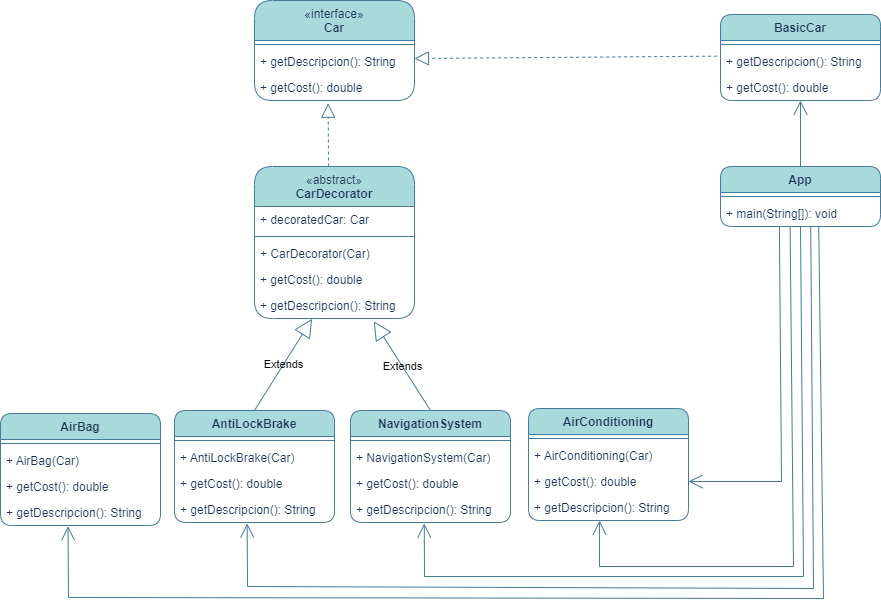
SebastianCamargo-ITM/PatronesEstructurales-ITM keeps this draw.io diagram as diagrams/Diagrama Entrega 2 - Patrones-Car Customizer - Decorator.drawio.png. Above is the earlier version. Source tidied: cells renumbered, new cells last; positions are measured from the earlier drawing's top-left corner, leaving out a move shared by most shapes.
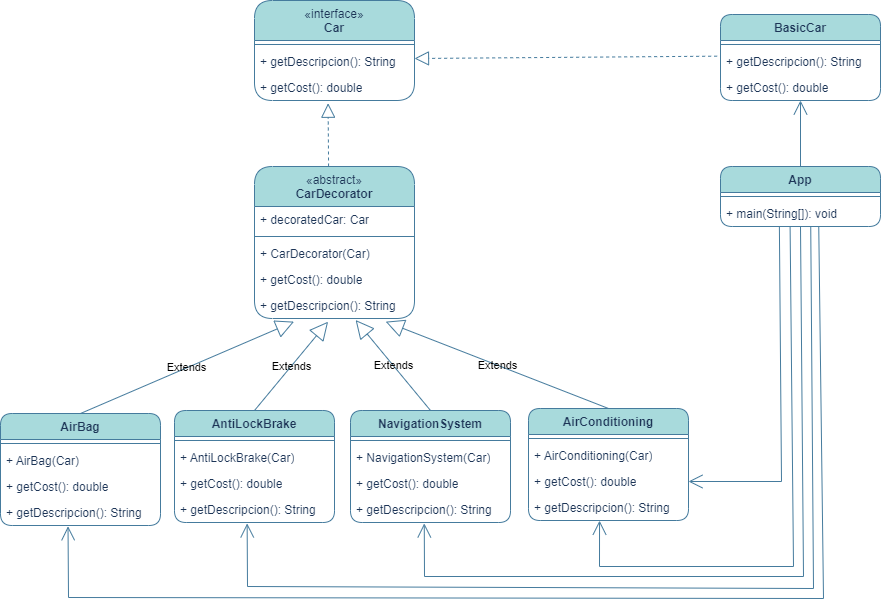
Above is the later version.

Commit message:
Se actualizan relaciones

The edit, as a diff of the source:
```diff
@@ -77,10 +77,10 @@
     <mxCell id="26" value="+ getDescripcion(): String" style="text;strokeColor=none;fillColor=none;align=left;verticalAlign=top;spacingLeft=4;spacingRight=4;overflow=hidden;points=[[0,0.5],[1,0.5]];portConstraint=eastwest;whiteSpace=wrap;html=1;rounded=1;labelBackgroundColor=none;fontColor=#1D3557;" parent="22" vertex="1">
       <mxGeometry y="86" width="160" height="26" as="geometry" />
     </mxCell>
-    <mxCell id="27" value="Extends" style="endArrow=block;endSize=16;endFill=0;html=1;rounded=1;exitX=0.5;exitY=0;exitDx=0;exitDy=0;entryX=0.36;entryY=1.011;entryDx=0;entryDy=0;entryPerimeter=0;labelBackgroundColor=none;strokeColor=#457B9D;fontColor=default;" parent="1" edge="1" source="17" target="16">
+    <mxCell id="27" value="Extends" style="endArrow=block;endSize=16;endFill=0;html=1;rounded=1;exitX=0.5;exitY=0;exitDx=0;exitDy=0;entryX=0.46;entryY=1.122;entryDx=0;entryDy=0;entryPerimeter=0;labelBackgroundColor=none;strokeColor=#457B9D;fontColor=default;" parent="1" edge="1" source="17" target="16">
       <mxGeometry relative="1" as="geometry" />
     </mxCell>
-    <mxCell id="28" value="Extends" style="endArrow=block;endSize=16;endFill=0;html=1;rounded=1;exitX=0.5;exitY=0;exitDx=0;exitDy=0;entryX=0.745;entryY=1.109;entryDx=0;entryDy=0;entryPerimeter=0;labelBackgroundColor=none;strokeColor=#457B9D;fontColor=default;" parent="1" edge="1" source="22" target="16">
+    <mxCell id="28" value="Extends" style="endArrow=block;endSize=16;endFill=0;html=1;rounded=1;exitX=0.5;exitY=0;exitDx=0;exitDy=0;entryX=0.632;entryY=1.058;entryDx=0;entryDy=0;entryPerimeter=0;labelBackgroundColor=none;strokeColor=#457B9D;fontColor=default;" parent="1" edge="1" source="22" target="16">
       <mxGeometry relative="1" as="geometry" />
     </mxCell>
     <mxCell id="29" style="endArrow=block;dashed=1;endFill=0;endSize=12;html=1;rounded=1;exitX=0.463;exitY=0;exitDx=0;exitDy=0;exitPerimeter=0;entryX=0.46;entryY=1.105;entryDx=0;entryDy=0;entryPerimeter=0;labelBackgroundColor=none;strokeColor=#457B9D;fontColor=default;" parent="1" edge="1" source="11" target="9">
@@ -167,5 +167,11 @@
         </Array>
       </mxGeometry>
     </mxCell>
+    <mxCell id="49" value="Extends" style="endArrow=block;endSize=16;endFill=0;html=1;rounded=1;exitX=0.5;exitY=0;exitDx=0;exitDy=0;entryX=0.247;entryY=1.122;entryDx=0;entryDy=0;entryPerimeter=0;labelBackgroundColor=none;strokeColor=#457B9D;fontColor=default;" parent="1" edge="1" source="41" target="16">
+      <mxGeometry relative="1" as="geometry" />
+    </mxCell>
+    <mxCell id="50" value="Extends" style="endArrow=block;endSize=16;endFill=0;html=1;rounded=1;exitX=0.5;exitY=0;exitDx=0;exitDy=0;entryX=0.82;entryY=1.122;entryDx=0;entryDy=0;entryPerimeter=0;labelBackgroundColor=none;strokeColor=#457B9D;fontColor=default;" parent="1" edge="1" source="36" target="16">
+      <mxGeometry relative="1" as="geometry" />
+    </mxCell>
   </root>
 </mxGraphModel>
```
